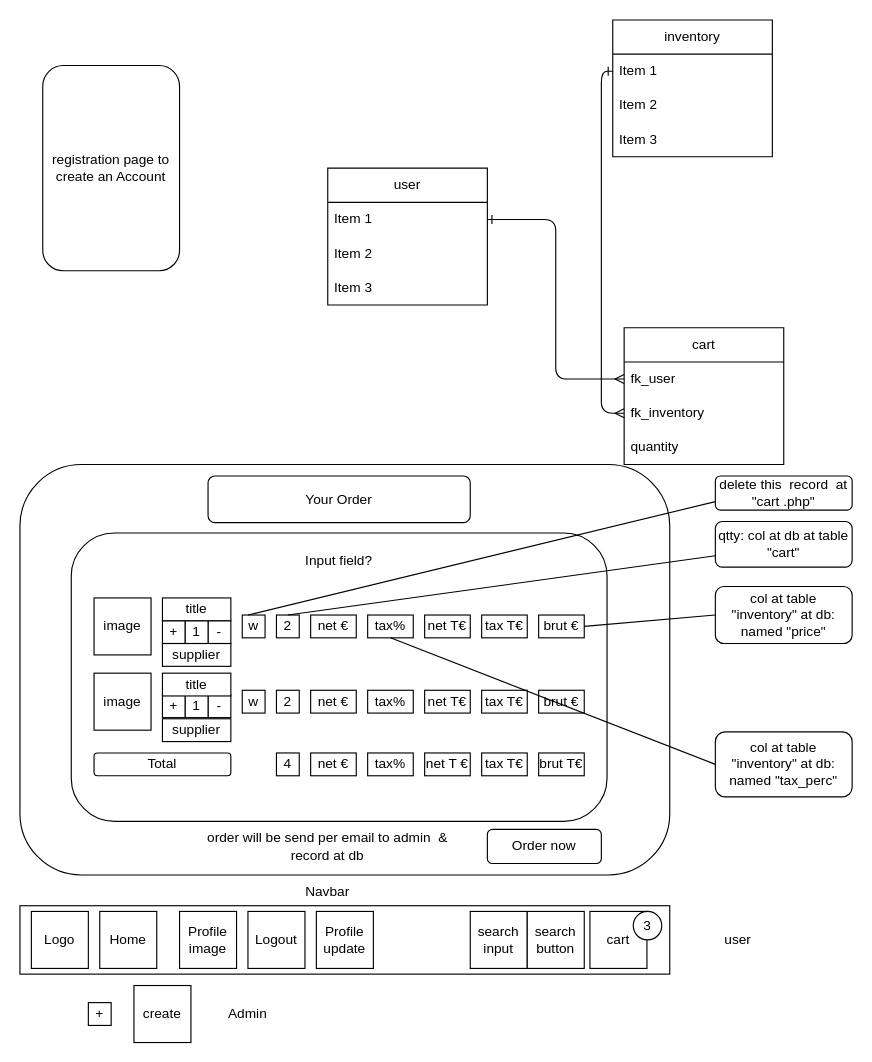
The draw.io diagram PHP_Day05_10/PHP06_draw.drawio in janPawek/PHPexcercises, before the edit. Source tidied: cells renumbered, new cells numbered last; positions are measured from the earlier drawing's top-left corner, leaving out a move shared by most shapes. Both pictures are drawn from the tidied source at 114%, with x=0, y=0 at pixel (19, 19).
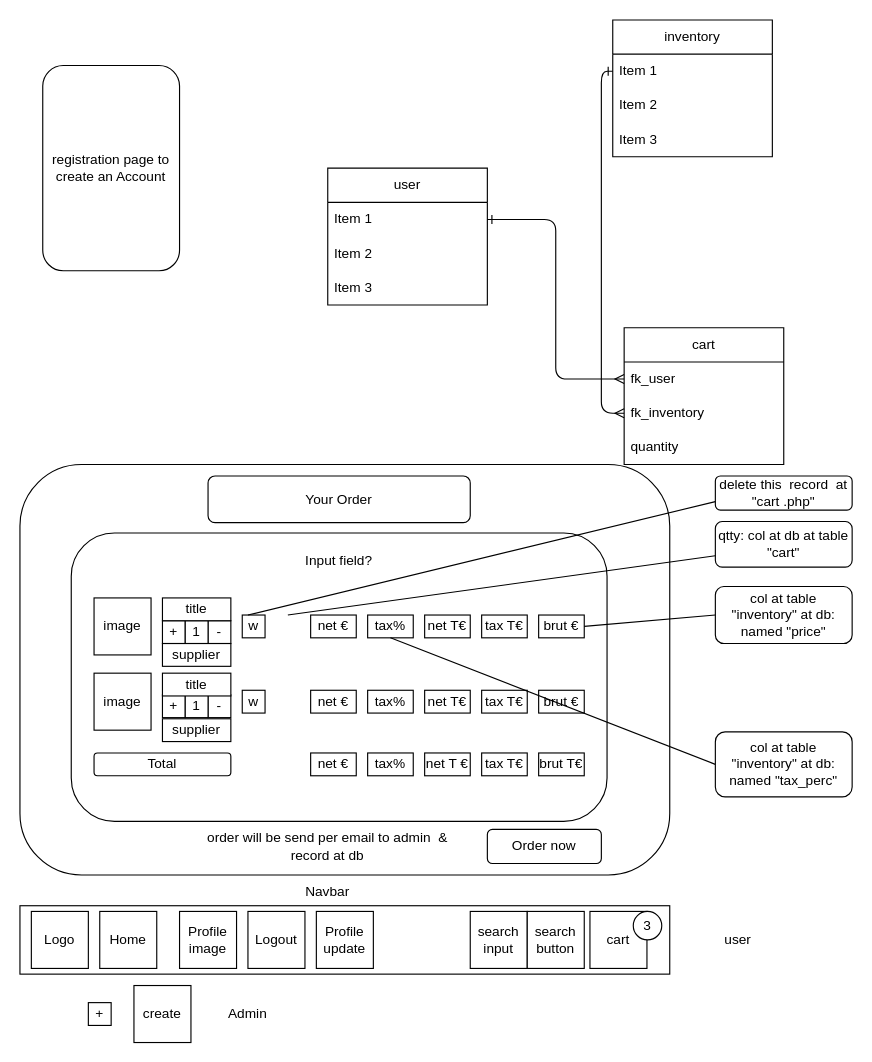
After the change.

Unchanged cells that the change refers to:
```xml
<mxCell id="74" value="qtty: col at db at table &quot;cart&quot;" style="rounded=1;whiteSpace=wrap;html=1;" parent="1" vertex="1">
  <mxGeometry x="610" y="440" width="120" height="40" as="geometry" />
</mxCell>
```

What changed in the source:
```diff
@@
-    <mxCell id="40" value="2" style="rounded=0;whiteSpace=wrap;html=1;" parent="1" vertex="1">
-      <mxGeometry x="225" y="522" width="20" height="20" as="geometry" />
-    </mxCell>
@@
-    <mxCell id="53" value="2" style="rounded=0;whiteSpace=wrap;html=1;" parent="1" vertex="1">
-      <mxGeometry x="225" y="588" width="20" height="20" as="geometry" />
-    </mxCell>
@@
-    <mxCell id="62" value="4" style="rounded=0;whiteSpace=wrap;html=1;" parent="1" vertex="1">
-      <mxGeometry x="225" y="643" width="20" height="20" as="geometry" />
-    </mxCell>
@@
-    <mxCell id="75" style="endArrow=none;html=1;entryX=0;entryY=0.75;entryDx=0;entryDy=0;exitX=0.5;exitY=0;exitDx=0;exitDy=0;" parent="1" edge="1" source="40" target="74">
-      <mxGeometry relative="1" as="geometry" />
+    <mxCell id="75" style="endArrow=none;html=1;entryX=0;entryY=0.75;entryDx=0;entryDy=0;exitX=0.5;exitY=0;exitDx=0;exitDy=0;" parent="1" edge="1" target="74">
+      <mxGeometry relative="1" as="geometry">
+        <mxPoint x="235" y="522" as="sourcePoint" />
+      </mxGeometry>
     </mxCell>
```
